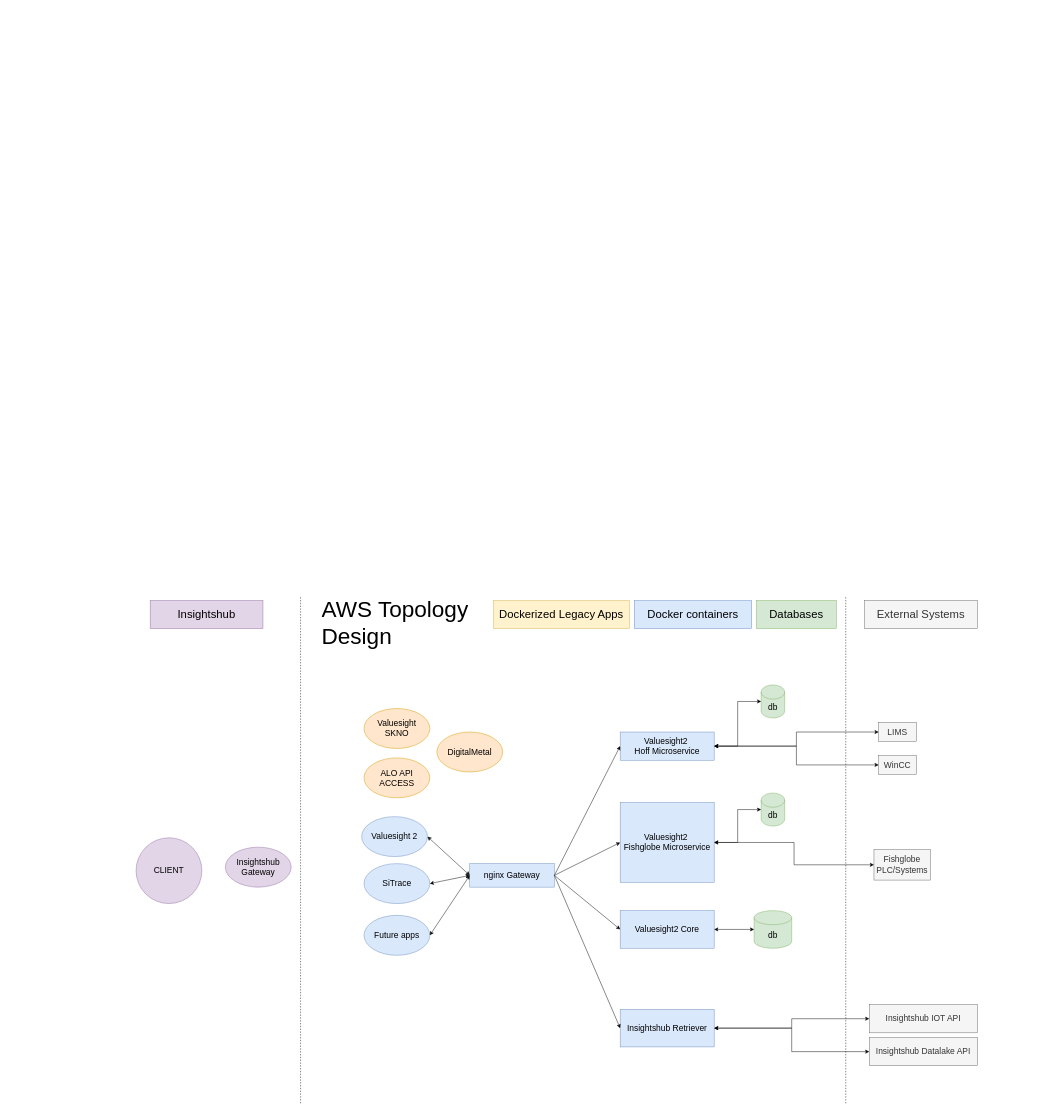
Above: aws topology.drawio in Ttislevoll/Ttislevoll (draw.io), before the change. Source tidied: cells renumbered, new cells numbered last; positions are measured from the earlier drawing's top-left corner, leaving out a move shared by most shapes. Both pictures are drawn from the tidied source at 47%, with x=0, y=0 at pixel (136, 595).
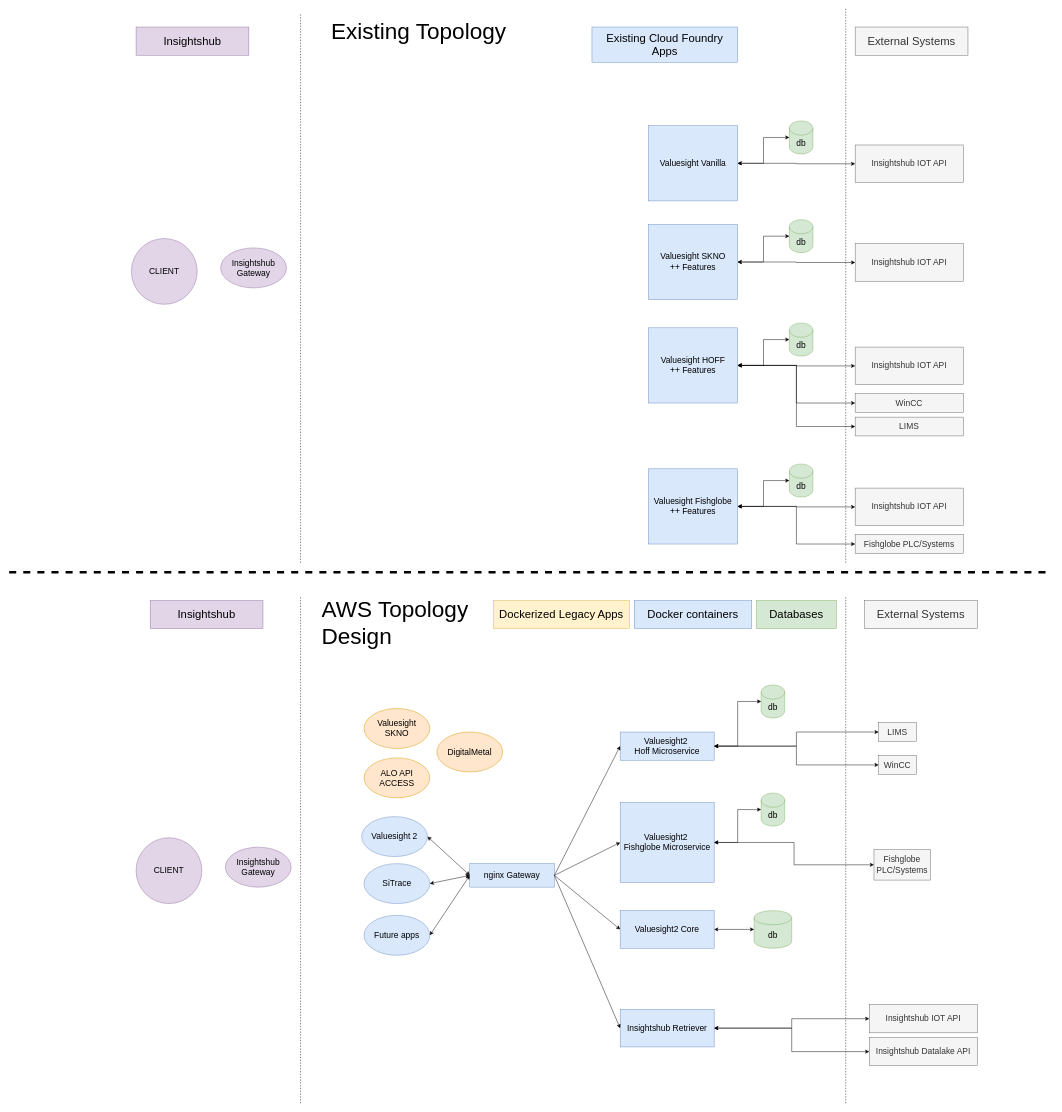
The same diagram, later.

Change to the diagram source:
```diff
@@
+    <mxCell id="46" value="&lt;div&gt;&lt;font style=&quot;font-size: 48px;&quot;&gt;Existing Topology&lt;br&gt;&lt;/font&gt;&lt;/div&gt;" style="text;html=1;spacing=5;spacingTop=-20;whiteSpace=wrap;overflow=hidden;rounded=0;" parent="1" vertex="1">
+      <mxGeometry x="410" y="-1220" width="440" height="120" as="geometry" />
+    </mxCell>
+    <mxCell id="47" style="endArrow=none;dashed=1;html=1;rounded=0;strokeWidth=5;" parent="1" edge="1">
+      <mxGeometry relative="1" as="geometry">
+        <mxPoint x="-270" y="-50" as="sourcePoint" />
+        <mxPoint x="1950" y="-50" as="targetPoint" />
+      </mxGeometry>
+    </mxCell>
+    <mxCell id="48" value="&lt;div&gt;&lt;font style=&quot;font-size: 18px;&quot;&gt;Valuesight Vanilla&lt;br&gt;&lt;/font&gt;&lt;/div&gt;" style="rounded=0;whiteSpace=wrap;html=1;fillColor=#dae8fc;strokeColor=#6c8ebf;" parent="1" vertex="1">
+      <mxGeometry x="1090" y="-1000" width="190" height="160" as="geometry" />
+    </mxCell>
+    <mxCell id="49" value="&lt;font style=&quot;font-size: 18px;&quot;&gt;db&lt;/font&gt;" style="shape=cylinder3;whiteSpace=wrap;html=1;boundedLbl=1;backgroundOutline=1;size=15;fillColor=#d5e8d4;strokeColor=#82b366;" parent="1" vertex="1">
+      <mxGeometry x="1390" y="-1010" width="50" height="70" as="geometry" />
+    </mxCell>
+    <mxCell id="50" value="&lt;br&gt;&lt;font style=&quot;font-size: 18px;&quot;&gt;Insightshub IOT API&lt;/font&gt;&lt;div&gt;&lt;br/&gt;&lt;/div&gt;" style="rounded=0;whiteSpace=wrap;html=1;fillColor=#f5f5f5;fontColor=#333333;strokeColor=#666666;" parent="1" vertex="1">
+      <mxGeometry x="1530" y="-959" width="230" height="80" as="geometry" />
+    </mxCell>
+    <mxCell id="51" style="endArrow=none;dashed=1;html=1;rounded=0;" parent="1" edge="1">
+      <mxGeometry relative="1" as="geometry">
+        <mxPoint x="1510" y="-70" as="sourcePoint" />
+        <mxPoint x="1510" y="-1250" as="targetPoint" />
+      </mxGeometry>
+    </mxCell>
+    <mxCell id="52" value="&lt;font style=&quot;font-size: 24px;&quot;&gt;External Systems&lt;br&gt;&lt;/font&gt;" style="rounded=0;whiteSpace=wrap;html=1;fillColor=#f5f5f5;strokeColor=#666666;fontColor=#333333;" parent="1" vertex="1">
+      <mxGeometry x="1530" y="-1210" width="240" height="60" as="geometry" />
+    </mxCell>
+    <mxCell id="53" style="endArrow=classic;startArrow=classic;html=1;rounded=0;entryX=0;entryY=0.5;entryDx=0;entryDy=0;entryPerimeter=0;exitX=1;exitY=0.5;exitDx=0;exitDy=0;edgeStyle=orthogonalEdgeStyle;" parent="1" edge="1" source="48" target="49">
+      <mxGeometry relative="1" as="geometry" />
+    </mxCell>
+    <mxCell id="54" style="endArrow=classic;startArrow=classic;html=1;rounded=0;entryX=0;entryY=0.5;entryDx=0;entryDy=0;exitX=1;exitY=0.5;exitDx=0;exitDy=0;edgeStyle=orthogonalEdgeStyle;" parent="1" edge="1" source="48" target="50">
+      <mxGeometry relative="1" as="geometry" />
+    </mxCell>
+    <mxCell id="55" value="&lt;div&gt;&lt;font style=&quot;font-size: 18px;&quot;&gt;Valuesight SKNO&lt;/font&gt;&lt;/div&gt;&lt;div&gt;&lt;font style=&quot;font-size: 18px;&quot;&gt;++ Features&lt;br&gt;&lt;/font&gt;&lt;/div&gt;" style="rounded=0;whiteSpace=wrap;html=1;fillColor=#dae8fc;strokeColor=#6c8ebf;" parent="1" vertex="1">
+      <mxGeometry x="1090" y="-790" width="190" height="160" as="geometry" />
+    </mxCell>
+    <mxCell id="56" value="&lt;font style=&quot;font-size: 18px;&quot;&gt;db&lt;/font&gt;" style="shape=cylinder3;whiteSpace=wrap;html=1;boundedLbl=1;backgroundOutline=1;size=15;fillColor=#d5e8d4;strokeColor=#82b366;" parent="1" vertex="1">
+      <mxGeometry x="1390" y="-800" width="50" height="70" as="geometry" />
+    </mxCell>
+    <mxCell id="57" value="&lt;br&gt;&lt;font style=&quot;font-size: 18px;&quot;&gt;Insightshub IOT API&lt;/font&gt;&lt;div&gt;&lt;br/&gt;&lt;/div&gt;" style="rounded=0;whiteSpace=wrap;html=1;fillColor=#f5f5f5;fontColor=#333333;strokeColor=#666666;" parent="1" vertex="1">
+      <mxGeometry x="1530" y="-749" width="230" height="80" as="geometry" />
+    </mxCell>
+    <mxCell id="58" style="endArrow=classic;startArrow=classic;html=1;rounded=0;entryX=0;entryY=0.5;entryDx=0;entryDy=0;entryPerimeter=0;exitX=1;exitY=0.5;exitDx=0;exitDy=0;edgeStyle=orthogonalEdgeStyle;" parent="1" edge="1" source="55" target="56">
+      <mxGeometry relative="1" as="geometry" />
+    </mxCell>
+    <mxCell id="59" style="endArrow=classic;startArrow=classic;html=1;rounded=0;entryX=0;entryY=0.5;entryDx=0;entryDy=0;exitX=1;exitY=0.5;exitDx=0;exitDy=0;edgeStyle=orthogonalEdgeStyle;" parent="1" edge="1" source="55" target="57">
+      <mxGeometry relative="1" as="geometry" />
+    </mxCell>
+    <mxCell id="60" value="&lt;div&gt;&lt;font style=&quot;font-size: 18px;&quot;&gt;Valuesight HOFF&lt;/font&gt;&lt;/div&gt;&lt;div&gt;&lt;font style=&quot;font-size: 18px;&quot;&gt;++ Features&lt;br&gt;&lt;/font&gt;&lt;/div&gt;" style="rounded=0;whiteSpace=wrap;html=1;fillColor=#dae8fc;strokeColor=#6c8ebf;" parent="1" vertex="1">
+      <mxGeometry x="1090" y="-570" width="190" height="160" as="geometry" />
+    </mxCell>
+    <mxCell id="61" value="&lt;font style=&quot;font-size: 18px;&quot;&gt;db&lt;/font&gt;" style="shape=cylinder3;whiteSpace=wrap;html=1;boundedLbl=1;backgroundOutline=1;size=15;fillColor=#d5e8d4;strokeColor=#82b366;" parent="1" vertex="1">
+      <mxGeometry x="1390" y="-580" width="50" height="70" as="geometry" />
+    </mxCell>
+    <mxCell id="62" value="&lt;br&gt;&lt;font style=&quot;font-size: 18px;&quot;&gt;Insightshub IOT API&lt;/font&gt;&lt;div&gt;&lt;br/&gt;&lt;/div&gt;" style="rounded=0;whiteSpace=wrap;html=1;fillColor=#f5f5f5;fontColor=#333333;strokeColor=#666666;" parent="1" vertex="1">
+      <mxGeometry x="1530" y="-529" width="230" height="80" as="geometry" />
+    </mxCell>
+    <mxCell id="63" style="endArrow=classic;startArrow=classic;html=1;rounded=0;entryX=0;entryY=0.5;entryDx=0;entryDy=0;entryPerimeter=0;exitX=1;exitY=0.5;exitDx=0;exitDy=0;edgeStyle=orthogonalEdgeStyle;" parent="1" edge="1" source="60" target="61">
+      <mxGeometry relative="1" as="geometry" />
+    </mxCell>
+    <mxCell id="64" style="endArrow=classic;startArrow=classic;html=1;rounded=0;entryX=0;entryY=0.5;entryDx=0;entryDy=0;exitX=1;exitY=0.5;exitDx=0;exitDy=0;edgeStyle=orthogonalEdgeStyle;" parent="1" edge="1" source="60" target="62">
+      <mxGeometry relative="1" as="geometry" />
+    </mxCell>
+    <mxCell id="65" value="&lt;br&gt;&lt;font style=&quot;font-size: 18px;&quot;&gt;WinCC&lt;br&gt;&lt;/font&gt;&lt;div&gt;&lt;br&gt;&lt;/div&gt;" style="rounded=0;whiteSpace=wrap;html=1;fillColor=#f5f5f5;fontColor=#333333;strokeColor=#666666;" parent="1" vertex="1">
+      <mxGeometry x="1530" y="-430" width="230" height="40" as="geometry" />
+    </mxCell>
+    <mxCell id="66" value="&lt;br&gt;&lt;font style=&quot;font-size: 18px;&quot;&gt;LIMS&lt;br&gt;&lt;/font&gt;&lt;div&gt;&lt;br&gt;&lt;/div&gt;" style="rounded=0;whiteSpace=wrap;html=1;fillColor=#f5f5f5;fontColor=#333333;strokeColor=#666666;" parent="1" vertex="1">
+      <mxGeometry x="1530" y="-380" width="230" height="40" as="geometry" />
+    </mxCell>
+    <mxCell id="67" style="endArrow=classic;startArrow=classic;html=1;rounded=0;entryX=0;entryY=0.5;entryDx=0;entryDy=0;exitX=1;exitY=0.5;exitDx=0;exitDy=0;edgeStyle=orthogonalEdgeStyle;" parent="1" edge="1" source="60" target="65">
+      <mxGeometry relative="1" as="geometry" />
+    </mxCell>
+    <mxCell id="68" style="endArrow=classic;startArrow=classic;html=1;rounded=0;entryX=0;entryY=0.5;entryDx=0;entryDy=0;exitX=1;exitY=0.5;exitDx=0;exitDy=0;edgeStyle=orthogonalEdgeStyle;" parent="1" edge="1" source="60" target="66">
+      <mxGeometry relative="1" as="geometry" />
+    </mxCell>
+    <mxCell id="69" value="&lt;div&gt;&lt;font style=&quot;font-size: 18px;&quot;&gt;Valuesight Fishglobe&lt;/font&gt;&lt;/div&gt;&lt;div&gt;&lt;font style=&quot;font-size: 18px;&quot;&gt;++ Features&lt;br&gt;&lt;/font&gt;&lt;/div&gt;" style="rounded=0;whiteSpace=wrap;html=1;fillColor=#dae8fc;strokeColor=#6c8ebf;" parent="1" vertex="1">
+      <mxGeometry x="1090" y="-270" width="190" height="160" as="geometry" />
+    </mxCell>
+    <mxCell id="70" value="&lt;font style=&quot;font-size: 18px;&quot;&gt;db&lt;/font&gt;" style="shape=cylinder3;whiteSpace=wrap;html=1;boundedLbl=1;backgroundOutline=1;size=15;fillColor=#d5e8d4;strokeColor=#82b366;" parent="1" vertex="1">
+      <mxGeometry x="1390" y="-280" width="50" height="70" as="geometry" />
+    </mxCell>
+    <mxCell id="71" value="&lt;br&gt;&lt;font style=&quot;font-size: 18px;&quot;&gt;Insightshub IOT API&lt;/font&gt;&lt;div&gt;&lt;br/&gt;&lt;/div&gt;" style="rounded=0;whiteSpace=wrap;html=1;fillColor=#f5f5f5;fontColor=#333333;strokeColor=#666666;" parent="1" vertex="1">
+      <mxGeometry x="1530" y="-229" width="230" height="80" as="geometry" />
+    </mxCell>
+    <mxCell id="72" style="endArrow=classic;startArrow=classic;html=1;rounded=0;entryX=0;entryY=0.5;entryDx=0;entryDy=0;entryPerimeter=0;exitX=1;exitY=0.5;exitDx=0;exitDy=0;edgeStyle=orthogonalEdgeStyle;" parent="1" edge="1" source="69" target="70">
+      <mxGeometry relative="1" as="geometry" />
+    </mxCell>
+    <mxCell id="73" style="endArrow=classic;startArrow=classic;html=1;rounded=0;entryX=0;entryY=0.5;entryDx=0;entryDy=0;exitX=1;exitY=0.5;exitDx=0;exitDy=0;edgeStyle=orthogonalEdgeStyle;" parent="1" edge="1" source="69" target="71">
+      <mxGeometry relative="1" as="geometry" />
+    </mxCell>
+    <mxCell id="74" value="&lt;br&gt;&lt;font style=&quot;font-size: 18px;&quot;&gt;Fishglobe PLC/Systems&lt;br&gt;&lt;/font&gt;&lt;div&gt;&lt;br&gt;&lt;/div&gt;" style="rounded=0;whiteSpace=wrap;html=1;fillColor=#f5f5f5;fontColor=#333333;strokeColor=#666666;" parent="1" vertex="1">
+      <mxGeometry x="1530" y="-130" width="230" height="40" as="geometry" />
+    </mxCell>
+    <mxCell id="75" style="endArrow=classic;startArrow=classic;html=1;rounded=0;entryX=0;entryY=0.5;entryDx=0;entryDy=0;exitX=1;exitY=0.5;exitDx=0;exitDy=0;edgeStyle=orthogonalEdgeStyle;" parent="1" edge="1" source="69" target="74">
+      <mxGeometry relative="1" as="geometry" />
+    </mxCell>
+    <mxCell id="76" value="&lt;div&gt;&lt;font style=&quot;font-size: 18px;&quot;&gt;Insightshub Gateway&lt;/font&gt;&lt;br&gt;&lt;/div&gt;" style="ellipse;whiteSpace=wrap;html=1;fillColor=#e1d5e7;strokeColor=#9673a6;" parent="1" vertex="1">
+      <mxGeometry x="180" y="-740" width="140" height="85" as="geometry" />
+    </mxCell>
+    <mxCell id="77" value="&lt;font style=&quot;font-size: 18px;&quot;&gt;CLIENT&lt;/font&gt;" style="ellipse;whiteSpace=wrap;html=1;fillColor=#e1d5e7;strokeColor=#9673a6;" parent="1" vertex="1">
+      <mxGeometry x="-10" y="-760" width="140" height="140" as="geometry" />
+    </mxCell>
+    <mxCell id="78" value="&lt;font style=&quot;font-size: 24px;&quot;&gt;Insightshub&lt;font&gt;&lt;br&gt;&lt;/font&gt;&lt;/font&gt;" style="rounded=0;whiteSpace=wrap;html=1;fillColor=#e1d5e7;strokeColor=#9673a6;" parent="1" vertex="1">
+      <mxGeometry y="-1210" width="240" height="60" as="geometry" />
+    </mxCell>
+    <mxCell id="79" style="endArrow=none;dashed=1;html=1;rounded=0;" parent="1" edge="1">
+      <mxGeometry relative="1" as="geometry">
+        <mxPoint x="350" y="-70" as="sourcePoint" />
+        <mxPoint x="350" y="-1240" as="targetPoint" />
+      </mxGeometry>
+    </mxCell>
+    <mxCell id="80" value="&lt;div&gt;&lt;font style=&quot;font-size: 24px;&quot;&gt;Existing Cloud Foundry Apps&lt;br&gt;&lt;/font&gt;&lt;/div&gt;" style="rounded=0;whiteSpace=wrap;html=1;fillColor=#dae8fc;strokeColor=#6c8ebf;" parent="1" vertex="1">
+      <mxGeometry x="970" y="-1210" width="310" height="75" as="geometry" />
+    </mxCell>
```
